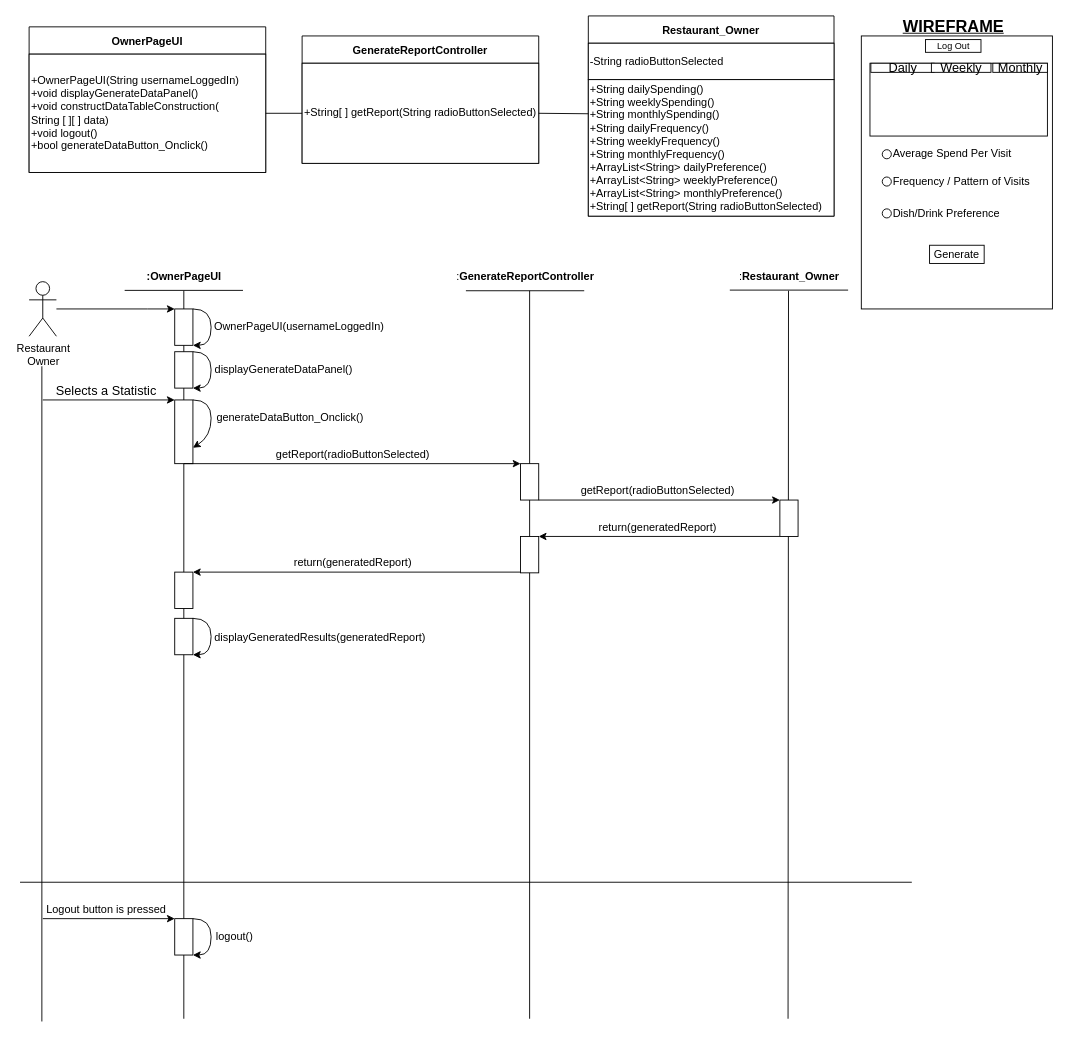
This is BCE_UML_and_Diagrams/Restaurant Owner Userstories (WIP)/RestaurantOwner_DataSelection.drawio from extred5700/JAVAGUI-Restaurant-Table-Order-System, a draw.io file, before an edit. Source tidied: cells renumbered, new cells numbered last; positions are measured from the earlier drawing's top-left corner, leaving out a move shared by most shapes. Both pictures are drawn from the tidied source at 91%, with x=0, y=0 at pixel (20, 15).
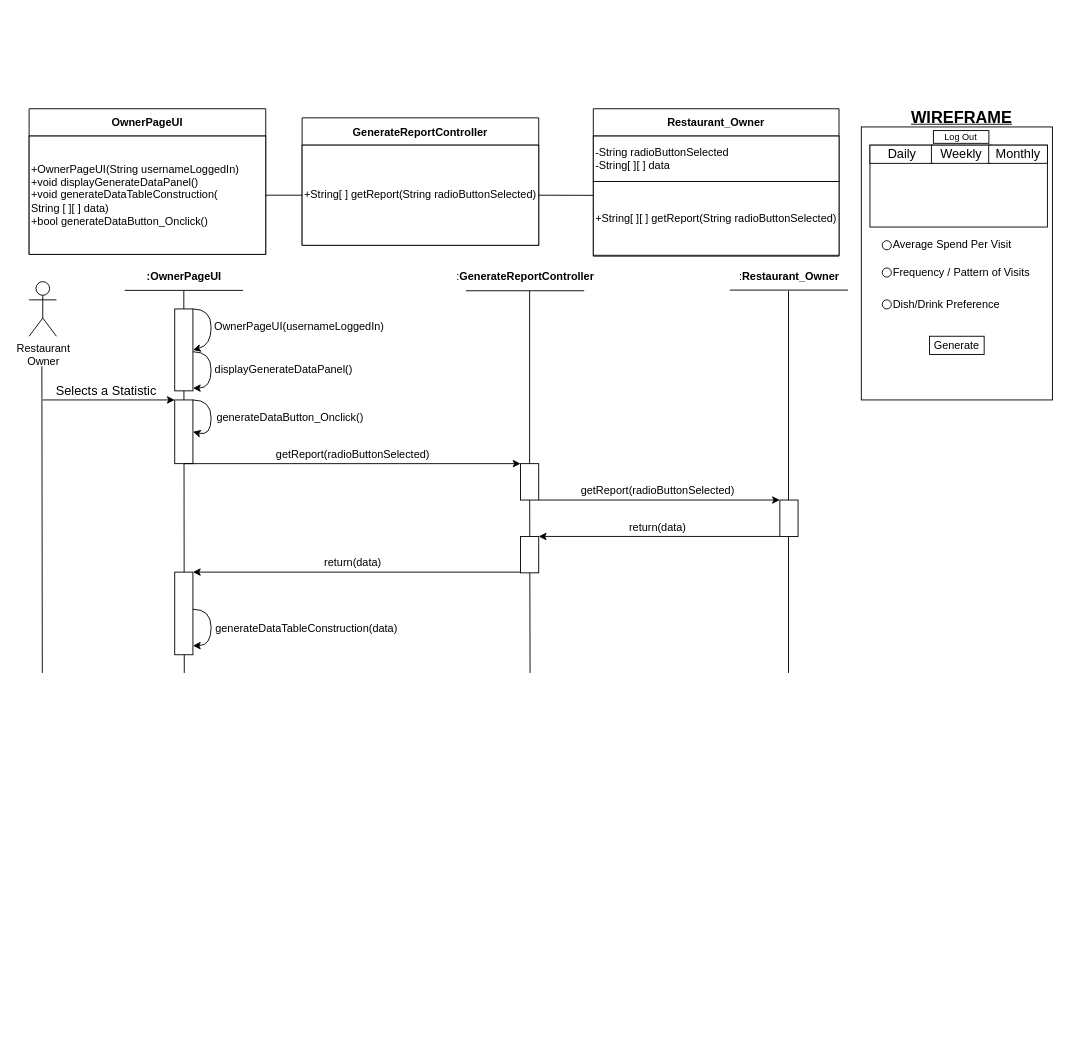
Above is the later version.

The change refers to these unchanged cells:
```xml
<mxCell id="12" value="Restaurant&lt;br&gt;Owner" style="shape=umlActor;verticalLabelPosition=bottom;verticalAlign=top;html=1;outlineConnect=0;" parent="1" vertex="1">
  <mxGeometry x="9.5" y="292" width="30" height="60" as="geometry" />
</mxCell>
<mxCell id="28" style="rounded=0;whiteSpace=wrap;html=1;" parent="1" vertex="1">
  <mxGeometry x="834.5" y="532" width="20" height="40" as="geometry" />
</mxCell>
<mxCell id="29" style="rounded=0;whiteSpace=wrap;html=1;" parent="1" vertex="1">
  <mxGeometry x="169.5" y="422" width="20" height="70" as="geometry" />
</mxCell>
<mxCell id="33" style="rounded=0;whiteSpace=wrap;html=1;" parent="1" vertex="1">
  <mxGeometry x="549.5" y="572" width="20" height="40" as="geometry" />
</mxCell>
```

Diff of the diagram source:
```diff
@@
     <mxCell id="2" style="rounded=0;whiteSpace=wrap;html=1;labelBackgroundColor=#FFFFFF;fillColor=#FFFFFF;" parent="1" vertex="1">
-      <mxGeometry x="924" y="22" width="210" height="300" as="geometry" />
+      <mxGeometry x="924" y="122" width="210" height="300" as="geometry" />
     </mxCell>
     <mxCell id="3" value="OwnerPageUI" style="swimlane;startSize=30;" parent="1" vertex="1">
-      <mxGeometry x="9.5" y="12" width="260" height="160" as="geometry" />
+      <mxGeometry x="9.5" y="102" width="260" height="160" as="geometry" />
     </mxCell>
-    <mxCell id="4" value="+OwnerPageUI(String usernameLoggedIn)&lt;br&gt;+void displayGenerateDataPanel()&lt;br&gt;+void constructDataTableConstruction(&lt;br&gt;String [ ][ ] data)&lt;br&gt;+void logout()&lt;br&gt;+bool generateDataButton_Onclick()&lt;span&gt;&lt;br&gt;&lt;/span&gt;" style="whiteSpace=wrap;html=1;align=left;" parent="3" vertex="1">
+    <mxCell id="4" value="+OwnerPageUI(String usernameLoggedIn)&lt;br&gt;+void displayGenerateDataPanel()&lt;br&gt;+void generateDataTableConstruction(&lt;br&gt;String [ ][ ] data)&lt;br&gt;+bool generateDataButton_Onclick()&lt;span&gt;&lt;br&gt;&lt;/span&gt;" style="whiteSpace=wrap;html=1;align=left;" parent="3" vertex="1">
       <mxGeometry y="30" width="260" height="130" as="geometry" />
     </mxCell>
     <mxCell id="5" value="GenerateReportController" style="swimlane;startSize=30;" parent="1" vertex="1">
-      <mxGeometry x="309.5" y="22" width="260" height="140" as="geometry" />
+      <mxGeometry x="309.5" y="112" width="260" height="140" as="geometry" />
     </mxCell>
@@
     <mxCell id="7" value="Restaurant_Owner" style="swimlane;startSize=30;" parent="1" vertex="1">
-      <mxGeometry x="624" width="270" height="220" as="geometry" />
+      <mxGeometry x="629.5" y="102" width="270" height="162" as="geometry" />
     </mxCell>
-    <mxCell id="8" value="-String radioButtonSelected" style="whiteSpace=wrap;html=1;align=left;" parent="7" vertex="1">
-      <mxGeometry y="30" width="270" height="40" as="geometry" />
+    <mxCell id="8" value="-String radioButtonSelected&lt;br&gt;-String[ ][ ] data" style="whiteSpace=wrap;html=1;align=left;" parent="7" vertex="1">
+      <mxGeometry y="30" width="270" height="50" as="geometry" />
     </mxCell>
     <mxCell id="9" style="endArrow=none;html=1;rounded=0;entryX=1;entryY=0.25;entryDx=0;entryDy=0;exitX=0;exitY=0.25;exitDx=0;exitDy=0;" parent="7" edge="1">
       <mxGeometry relative="1" as="geometry">
-        <mxPoint y="70.5" as="sourcePoint" />
-        <mxPoint x="190" y="70.5" as="targetPoint" />
+        <mxPoint y="80.5" as="sourcePoint" />
+        <mxPoint x="190" y="80.5" as="targetPoint" />
       </mxGeometry>
     </mxCell>
-    <mxCell id="10" value="+String dailySpending()&lt;br&gt;+String weeklySpending()&lt;br&gt;+String monthlySpending()&lt;br&gt;+String dailyFrequency()&lt;br&gt;+String weeklyFrequency()&lt;br&gt;+String monthlyFrequency()&lt;br&gt;+ArrayList&amp;lt;String&amp;gt; dailyPreference()&lt;br&gt;+ArrayList&amp;lt;String&amp;gt; weeklyPreference()&lt;br&gt;+ArrayList&amp;lt;String&amp;gt; monthlyPreference()&lt;br&gt;+String[ ] getReport(String&amp;nbsp;&lt;span style=&quot;text-align: center&quot;&gt;radioButtonSelected)&lt;/span&gt;" style="whiteSpace=wrap;html=1;align=left;" parent="7" vertex="1">
-      <mxGeometry y="70" width="270" height="150" as="geometry" />
+    <mxCell id="10" value="+String[ ][ ] getReport(String&amp;nbsp;&lt;span style=&quot;text-align: center&quot;&gt;radioButtonSelected)&lt;/span&gt;" style="whiteSpace=wrap;html=1;align=left;" parent="7" vertex="1">
+      <mxGeometry y="80" width="270" height="81" as="geometry" />
     </mxCell>
-    <mxCell id="11" style="edgeStyle=orthogonalEdgeStyle;rounded=0;jettySize=auto;html=1;entryX=0;entryY=0;entryDx=0;entryDy=0;" parent="1" edge="1" source="12" target="21">
-      <mxGeometry relative="1" as="geometry">
-        <Array as="points">
-          <mxPoint x="139.5" y="322" />
-          <mxPoint x="139.5" y="322" />
-        </Array>
-      </mxGeometry>
-    </mxCell>
@@
     <mxCell id="19" style="endArrow=none;html=1;rounded=0;" parent="1" edge="1">
       <mxGeometry relative="1" as="geometry">
-        <mxPoint x="179.5" y="1102" as="sourcePoint" />
+        <mxPoint x="180" y="722" as="sourcePoint" />
         <mxPoint x="179.5" y="302" as="targetPoint" />
       </mxGeometry>
     </mxCell>
     <mxCell id="20" style="endArrow=none;html=1;rounded=0;" parent="1" edge="1">
       <mxGeometry relative="1" as="geometry">
-        <mxPoint x="843.5" y="1102" as="sourcePoint" />
+        <mxPoint x="844" y="722" as="sourcePoint" />
         <mxPoint x="844" y="302" as="targetPoint" />
       </mxGeometry>
     </mxCell>
     <mxCell id="21" style="rounded=0;whiteSpace=wrap;html=1;" parent="1" vertex="1">
-      <mxGeometry x="169.5" y="322" width="20" height="40" as="geometry" />
+      <mxGeometry x="169.5" y="322" width="20" height="90" as="geometry" />
     </mxCell>
-    <mxCell id="22" style="curved=1;endArrow=classic;html=1;rounded=0;exitX=1;exitY=0;exitDx=0;exitDy=0;entryX=1;entryY=1;entryDx=0;entryDy=0;" parent="1" edge="1" source="21" target="21">
+    <mxCell id="22" style="curved=1;endArrow=classic;html=1;rounded=0;exitX=1;exitY=0;exitDx=0;exitDy=0;entryX=1;entryY=0.5;entryDx=0;entryDy=0;" parent="1" edge="1" source="21" target="21">
       <mxGeometry relative="1" as="geometry">
         <Array as="points">
           <mxPoint x="209.5" y="322" />
           <mxPoint x="209.5" y="362" />
         </Array>
       </mxGeometry>
     </mxCell>
@@
     <mxCell id="25" style="endArrow=none;html=1;rounded=0;" parent="1" edge="1">
       <mxGeometry relative="1" as="geometry">
-        <mxPoint x="559.5" y="1102" as="sourcePoint" />
+        <mxPoint x="560" y="722" as="sourcePoint" />
         <mxPoint x="559.5" y="501.4" as="targetPoint" />
       </mxGeometry>
     </mxCell>
@@
-    <mxCell id="30" style="curved=1;endArrow=classic;html=1;rounded=0;exitX=1;exitY=0;exitDx=0;exitDy=0;entryX=1;entryY=0.75;entryDx=0;entryDy=0;" parent="1" edge="1" source="29" target="29">
+    <mxCell id="30" style="curved=1;endArrow=classic;html=1;rounded=0;exitX=1;exitY=0;exitDx=0;exitDy=0;entryX=1;entryY=0.5;entryDx=0;entryDy=0;" parent="1" edge="1" source="29" target="29">
       <mxGeometry relative="1" as="geometry">
         <Array as="points">
           <mxPoint x="209.5" y="422" />
           <mxPoint x="209.5" y="462" />
         </Array>
       </mxGeometry>
     </mxCell>
@@
-    <mxCell id="34" style="endArrow=classic;html=1;rounded=0;exitX=0;exitY=1;exitDx=0;exitDy=0;entryX=1;entryY=0;entryDx=0;entryDy=0;" parent="1" edge="1" source="28" target="33">
-      <mxGeometry relative="1" as="geometry" />
+    <mxCell id="34" style="endArrow=classic;html=1;rounded=0;exitX=0;exitY=1;exitDx=0;exitDy=0;entryX=1;entryY=0;entryDx=0;entryDy=0;" parent="1" edge="1" target="33">
+      <mxGeometry relative="1" as="geometry">
+        <mxPoint x="834.5" y="572" as="sourcePoint" />
+      </mxGeometry>
     </mxCell>
-    <mxCell id="35" value="&lt;div style=&quot;text-align: left&quot;&gt;&lt;span&gt;return(generatedReport)&lt;/span&gt;&lt;/div&gt;" style="text;html=1;align=center;verticalAlign=middle;strokeColor=none;fillColor=none;fontStyle=0;" parent="1" vertex="1">
-      <mxGeometry x="629.5" y="552" width="140" height="20" as="geometry" />
+    <mxCell id="35" value="&lt;div style=&quot;text-align: left&quot;&gt;&lt;span&gt;return(data)&lt;/span&gt;&lt;/div&gt;" style="text;html=1;align=center;verticalAlign=middle;strokeColor=none;fillColor=none;fontStyle=0;" parent="1" vertex="1">
+      <mxGeometry x="659.5" y="552" width="80" height="20" as="geometry" />
     </mxCell>
@@
     <mxCell id="37" style="rounded=0;whiteSpace=wrap;html=1;" parent="1" vertex="1">
-      <mxGeometry x="169.5" y="611.2" width="20" height="40" as="geometry" />
+      <mxGeometry x="169.5" y="611.2" width="20" height="90.8" as="geometry" />
     </mxCell>
-    <mxCell id="38" style="rounded=0;whiteSpace=wrap;html=1;" parent="1" vertex="1">
-      <mxGeometry x="169.5" y="662" width="20" height="40" as="geometry" />
-    </mxCell>
     <mxCell id="39" style="curved=1;endArrow=classic;html=1;rounded=0;exitX=1;exitY=0;exitDx=0;exitDy=0;entryX=1;entryY=1;entryDx=0;entryDy=0;" parent="1" edge="1">
       <mxGeometry relative="1" as="geometry">
-        <mxPoint x="189.5" y="662" as="sourcePoint" />
-        <mxPoint x="189.5" y="702" as="targetPoint" />
+        <mxPoint x="189.5" y="652" as="sourcePoint" />
+        <mxPoint x="189.5" y="692" as="targetPoint" />
         <Array as="points">
-          <mxPoint x="209.5" y="662" />
-          <mxPoint x="209.5" y="702" />
+          <mxPoint x="209.5" y="652" />
+          <mxPoint x="209.5" y="692" />
         </Array>
       </mxGeometry>
     </mxCell>
-    <mxCell id="40" value="&lt;span style=&quot;text-align: left&quot;&gt;displayGeneratedResults(generatedReport)&lt;/span&gt;" style="text;html=1;align=center;verticalAlign=middle;strokeColor=none;fillColor=none;" parent="1" vertex="1">
-      <mxGeometry x="203.5" y="673" width="250" height="20" as="geometry" />
+    <mxCell id="40" value="&lt;span style=&quot;text-align: left&quot;&gt;generateDataTableConstruction(data)&lt;/span&gt;" style="text;html=1;align=center;verticalAlign=middle;strokeColor=none;fillColor=none;" parent="1" vertex="1">
+      <mxGeometry x="203.5" y="663" width="220" height="20" as="geometry" />
     </mxCell>
@@
-    <mxCell id="42" style="endArrow=none;html=1;rounded=0;exitX=0;exitY=0.25;exitDx=0;exitDy=0;entryX=1;entryY=0.5;entryDx=0;entryDy=0;" parent="1" edge="1" source="10">
+    <mxCell id="42" style="endArrow=none;html=1;rounded=0;exitX=-0.001;exitY=0.187;exitDx=0;exitDy=0;entryX=1;entryY=0.5;entryDx=0;entryDy=0;exitPerimeter=0;" parent="1" edge="1" source="10">
       <mxGeometry relative="1" as="geometry">
-        <mxPoint x="569.5" y="107" as="targetPoint" />
+        <mxPoint x="569.5" y="197" as="targetPoint" />
       </mxGeometry>
     </mxCell>
     <mxCell id="43" value="&lt;font style=&quot;font-size: 10px&quot;&gt;Log Out&lt;/font&gt;" style="rounded=0;whiteSpace=wrap;html=1;labelBackgroundColor=none;fillColor=default;" parent="1" vertex="1">
-      <mxGeometry x="994.5" y="26" width="61" height="14" as="geometry" />
+      <mxGeometry x="1003.2" y="126" width="61" height="14" as="geometry" />
     </mxCell>
     <mxCell id="44" style="ellipse;whiteSpace=wrap;html=1;labelBackgroundColor=#FFFFFF;fillColor=#FFFFFF;" parent="1" vertex="1">
-      <mxGeometry x="947" y="147" width="10" height="10" as="geometry" />
+      <mxGeometry x="947" y="247" width="10" height="10" as="geometry" />
     </mxCell>
     <mxCell id="45" style="ellipse;whiteSpace=wrap;html=1;labelBackgroundColor=#FFFFFF;fillColor=#FFFFFF;" parent="1" vertex="1">
-      <mxGeometry x="947" y="177" width="10" height="10" as="geometry" />
+      <mxGeometry x="947" y="277" width="10" height="10" as="geometry" />
     </mxCell>
     <mxCell id="46" style="ellipse;whiteSpace=wrap;html=1;labelBackgroundColor=#FFFFFF;fillColor=#FFFFFF;" parent="1" vertex="1">
-      <mxGeometry x="947" y="212" width="10" height="10" as="geometry" />
+      <mxGeometry x="947" y="312" width="10" height="10" as="geometry" />
     </mxCell>
     <mxCell id="47" value="Average Spend Per Visit" style="text;html=1;align=left;verticalAlign=middle;strokeColor=none;fillColor=none;" parent="1" vertex="1">
-      <mxGeometry x="957" y="142" width="150" height="20" as="geometry" />
+      <mxGeometry x="957" y="242" width="150" height="20" as="geometry" />
     </mxCell>
     <mxCell id="48" value="Frequency / Pattern of Visits" style="text;html=1;align=left;verticalAlign=middle;strokeColor=none;fillColor=none;" parent="1" vertex="1">
-      <mxGeometry x="957" y="172" width="170" height="20" as="geometry" />
+      <mxGeometry x="957" y="272" width="170" height="20" as="geometry" />
     </mxCell>
     <mxCell id="49" value="Generate" style="rounded=0;whiteSpace=wrap;html=1;labelBackgroundColor=#FFFFFF;fillColor=#FFFFFF;" parent="1" vertex="1">
-      <mxGeometry x="999" y="252" width="60" height="20" as="geometry" />
+      <mxGeometry x="999" y="352" width="60" height="20" as="geometry" />
     </mxCell>
     <mxCell id="50" value="&lt;b&gt;&lt;u&gt;&lt;font style=&quot;font-size: 18px&quot;&gt;WIREFRAME&lt;/font&gt;&lt;/u&gt;&lt;/b&gt;" style="text;html=1;align=center;verticalAlign=middle;strokeColor=none;fillColor=none;" parent="1" vertex="1">
-      <mxGeometry x="960" y="2" width="130" height="20" as="geometry" />
+      <mxGeometry x="968.8" y="102" width="130" height="20" as="geometry" />
     </mxCell>
-    <mxCell id="51" value="&lt;div style=&quot;text-align: left&quot;&gt;&lt;span&gt;return(&lt;/span&gt;generatedReport&lt;span&gt;)&lt;/span&gt;&lt;/div&gt;" style="text;html=1;align=center;verticalAlign=middle;strokeColor=none;fillColor=none;fontStyle=0;" parent="1" vertex="1">
-      <mxGeometry x="294.5" y="591.2" width="140" height="20" as="geometry" />
+    <mxCell id="51" value="&lt;div style=&quot;text-align: left&quot;&gt;&lt;span&gt;return(&lt;/span&gt;data&lt;span&gt;)&lt;/span&gt;&lt;/div&gt;" style="text;html=1;align=center;verticalAlign=middle;strokeColor=none;fillColor=none;fontStyle=0;" parent="1" vertex="1">
+      <mxGeometry x="324.5" y="591.2" width="80" height="20" as="geometry" />
     </mxCell>
-    <mxCell id="52" style="endArrow=none;html=1;rounded=0;" parent="1" edge="1">
-      <mxGeometry relative="1" as="geometry">
-        <mxPoint x="-0.5" y="952" as="sourcePoint" />
-        <mxPoint x="979.5" y="952" as="targetPoint" />
-      </mxGeometry>
-    </mxCell>
-    <mxCell id="53" value="logout()" style="text;html=1;align=center;verticalAlign=middle;strokeColor=none;fillColor=none;" parent="1" vertex="1">
-      <mxGeometry x="204.5" y="1002" width="60" height="20" as="geometry" />
-    </mxCell>
-    <mxCell id="54" style="rounded=0;whiteSpace=wrap;html=1;" parent="1" vertex="1">
-      <mxGeometry x="169.5" y="992" width="20" height="40" as="geometry" />
-    </mxCell>
-    <mxCell id="55" style="curved=1;endArrow=classic;html=1;rounded=0;exitX=1;exitY=0;exitDx=0;exitDy=0;entryX=1;entryY=1;entryDx=0;entryDy=0;" parent="1" edge="1" source="54" target="54">
-      <mxGeometry relative="1" as="geometry">
-        <Array as="points">
-          <mxPoint x="209.5" y="992" />
-          <mxPoint x="209.5" y="1032" />
-        </Array>
-      </mxGeometry>
-    </mxCell>
@@
-    <mxCell id="58" value="Logout button is pressed" style="text;html=1;align=center;verticalAlign=middle;strokeColor=none;fillColor=none;" parent="1" vertex="1">
-      <mxGeometry x="18.5" y="972" width="150" height="20" as="geometry" />
-    </mxCell>
@@
     <mxCell id="60" style="endArrow=none;html=1;rounded=0;fontSize=14;" parent="1" edge="1">
       <mxGeometry relative="1" as="geometry">
-        <mxPoint x="23.5" y="1105" as="sourcePoint" />
+        <mxPoint x="24" y="722" as="sourcePoint" />
         <mxPoint x="23.5" y="385" as="targetPoint" />
       </mxGeometry>
     </mxCell>
@@
-    <mxCell id="62" style="endArrow=classic;html=1;rounded=0;fontSize=14;entryX=0;entryY=0;entryDx=0;entryDy=0;entryPerimeter=0;" parent="1" edge="1" target="54">
-      <mxGeometry relative="1" as="geometry">
-        <mxPoint x="24.5" y="992" as="sourcePoint" />
-      </mxGeometry>
-    </mxCell>
     <mxCell id="63" value="Dish/Drink Preference" style="text;html=1;align=left;verticalAlign=middle;strokeColor=none;fillColor=none;" parent="1" vertex="1">
-      <mxGeometry x="957" y="207" width="130" height="20" as="geometry" />
+      <mxGeometry x="957" y="307" width="130" height="20" as="geometry" />
     </mxCell>
-    <mxCell id="64" style="rounded=0;whiteSpace=wrap;html=1;" parent="1" vertex="1">
-      <mxGeometry x="169.5" y="369" width="20" height="40" as="geometry" />
-    </mxCell>
-    <mxCell id="65" style="curved=1;endArrow=classic;html=1;rounded=0;exitX=1;exitY=0;exitDx=0;exitDy=0;entryX=1;entryY=1;entryDx=0;entryDy=0;" parent="1" edge="1" source="64" target="64">
+    <mxCell id="65" style="curved=1;endArrow=classic;html=1;rounded=0;exitX=1;exitY=0;exitDx=0;exitDy=0;entryX=1;entryY=1;entryDx=0;entryDy=0;" parent="1" edge="1">
       <mxGeometry relative="1" as="geometry">
+        <mxPoint x="189.5" y="369" as="sourcePoint" />
+        <mxPoint x="189.5" y="409" as="targetPoint" />
         <Array as="points">
           <mxPoint x="209.5" y="369" />
           <mxPoint x="209.5" y="409" />
         </Array>
       </mxGeometry>
     </mxCell>
@@
     <mxCell id="67" style="rounded=0;whiteSpace=wrap;html=1;labelBackgroundColor=none;fontSize=13;fillColor=default;" parent="1" vertex="1">
-      <mxGeometry x="933.5" y="52" width="195" height="80" as="geometry" />
+      <mxGeometry x="933.5" y="142" width="195" height="90" as="geometry" />
     </mxCell>
     <mxCell id="68" value="Daily" style="rounded=0;whiteSpace=wrap;html=1;shadow=0;sketch=0;fontSize=14;fillColor=default;" parent="1" vertex="1">
-      <mxGeometry x="934.5" y="52" width="69.5" height="10" as="geometry" />
+      <mxGeometry x="933.5" y="142" width="69.5" height="20" as="geometry" />
     </mxCell>
     <mxCell id="69" value="Weekly" style="rounded=0;whiteSpace=wrap;html=1;shadow=0;sketch=0;fontSize=14;fillColor=default;" parent="1" vertex="1">
-      <mxGeometry x="1001" y="52" width="65.5" height="10" as="geometry" />
+      <mxGeometry x="1001" y="142" width="65.5" height="20" as="geometry" />
     </mxCell>
     <mxCell id="70" value="Monthly" style="rounded=0;whiteSpace=wrap;html=1;shadow=0;sketch=0;fontSize=14;fillColor=default;" parent="1" vertex="1">
-      <mxGeometry x="1068.5" y="52" width="60" height="10" as="geometry" />
+      <mxGeometry x="1064" y="142" width="64.5" height="20" as="geometry" />
     </mxCell>
```
